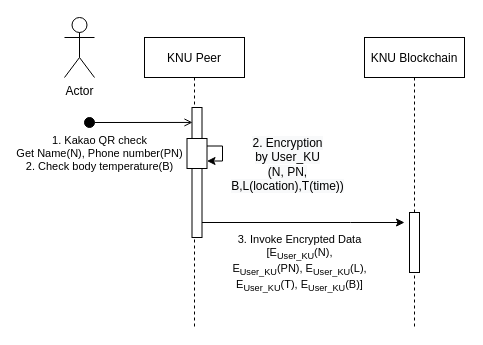
Earlier version of the draw.io diagram page "check same org" (2 of 4) of SequenceDiagram.drawio (GunhyungKim/TrackingSystem). Source tidied: cells renumbered, new cells numbered last; positions are measured from the earlier drawing's top-left corner, leaving out a move shared by most shapes. Both pictures are drawn from the tidied source at 100%, with x=0, y=0 at pixel (64, 17).
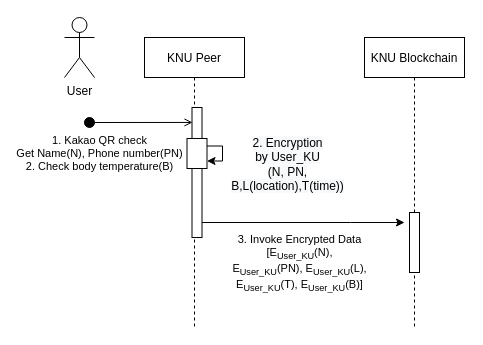
The same diagram, later.

The edit, as a diff of the source:
```diff
@@
-    <mxCell id="14" value="Actor" style="shape=umlActor;verticalLabelPosition=bottom;verticalAlign=top;html=1;fillColor=#ffffff;" parent="1" vertex="1">
+    <mxCell id="14" value="User" style="shape=umlActor;verticalLabelPosition=bottom;verticalAlign=top;html=1;fillColor=#ffffff;" parent="1" vertex="1">
       <mxGeometry width="30" height="60" as="geometry" />
     </mxCell>
```
